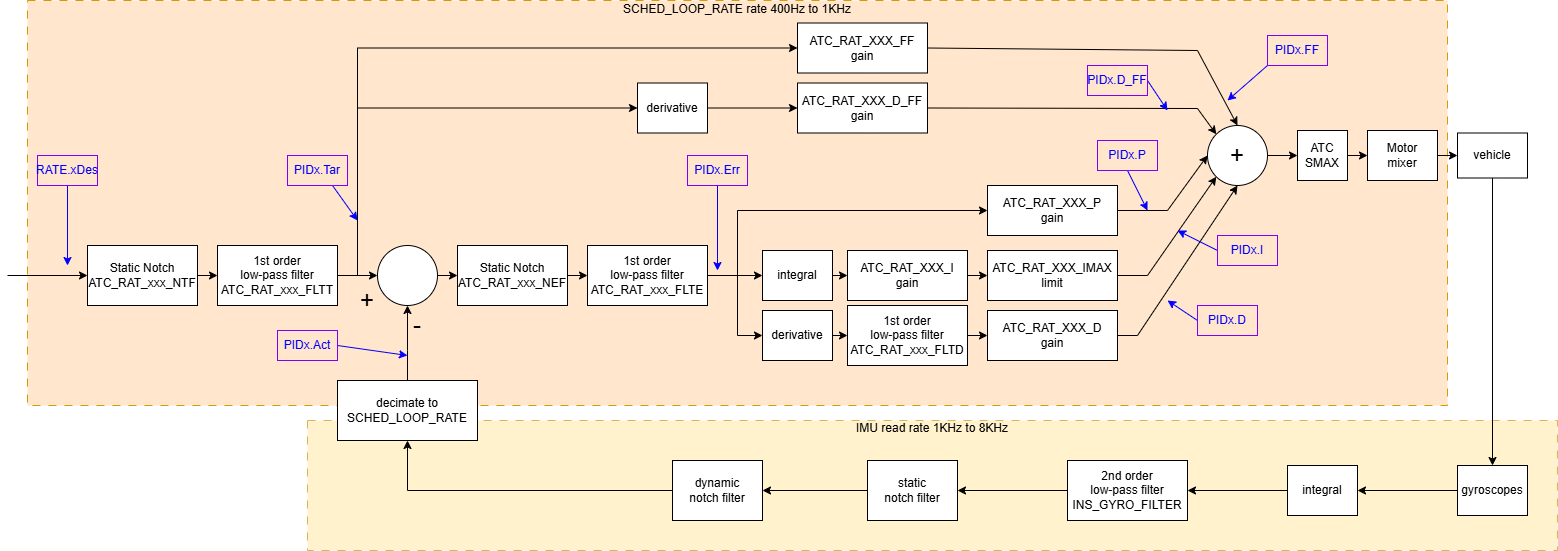
Above: PIDReview/ArduCopter_angle_rate_control_loop.drawio.png in ArduPilot/WebTools (draw.io), before the change. Source tidied: cells renumbered, new cells last; positions are measured from the earlier drawing's top-left corner, leaving out a move shared by most shapes.
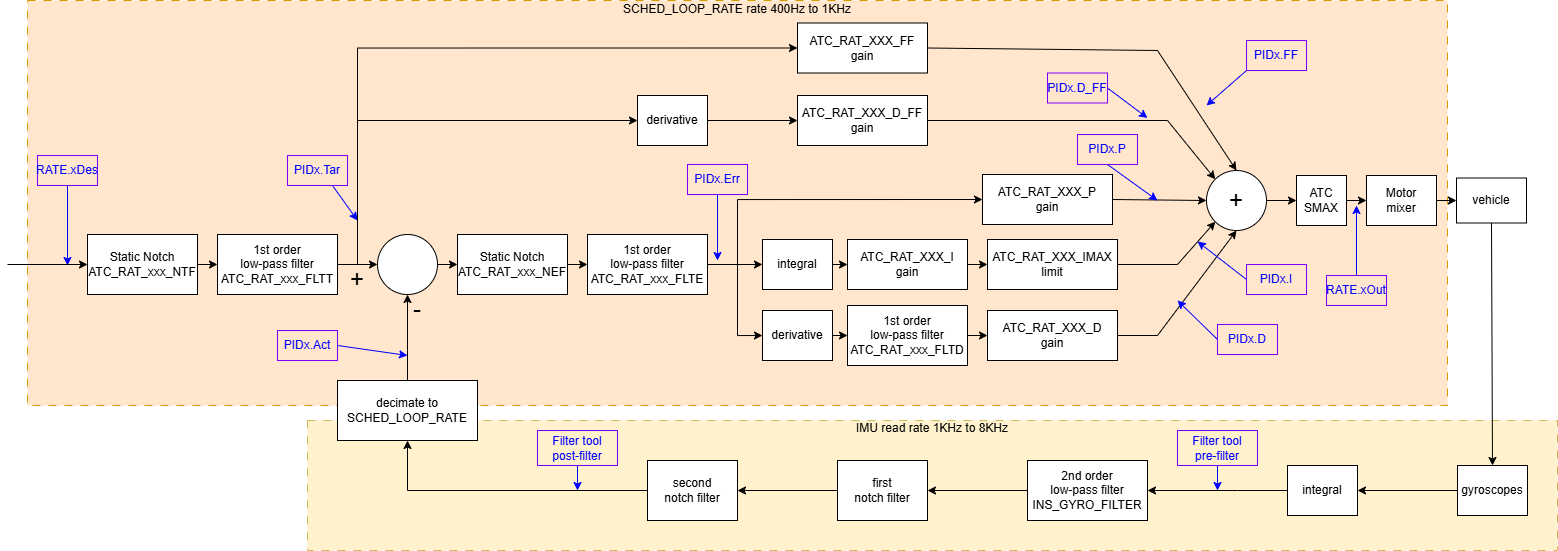
After the commit.

Commit message:
PIDReview: improve the diagram

Diff of the diagram source:
```diff
@@ -9,13 +9,13 @@
       <mxGeometry x="300" y="420" width="1250" height="130" as="geometry" />
     </mxCell>
     <mxCell id="4" value="Static Notch&lt;div&gt;ATC_RAT_xxx_NTF&lt;/div&gt;" style="rounded=0;whiteSpace=wrap;html=1;" parent="1" vertex="1">
-      <mxGeometry x="80" y="245" width="110" height="60" as="geometry" />
+      <mxGeometry x="80" y="234" width="110" height="60" as="geometry" />
     </mxCell>
     <mxCell id="5" value="1st order&lt;div&gt;low-pass filter&lt;/div&gt;&lt;div&gt;ATC_RAT_xxx_FLTT&lt;/div&gt;" style="rounded=0;whiteSpace=wrap;html=1;" parent="1" vertex="1">
-      <mxGeometry x="210" y="245" width="120" height="60" as="geometry" />
+      <mxGeometry x="210" y="234" width="120" height="60" as="geometry" />
     </mxCell>
     <mxCell id="6" style="ellipse;whiteSpace=wrap;html=1;" parent="1" vertex="1">
-      <mxGeometry x="370" y="245" width="60" height="60" as="geometry" />
+      <mxGeometry x="370" y="234" width="60" height="60" as="geometry" />
     </mxCell>
     <mxCell id="7" style="endArrow=classic;html=1;rounded=0;exitX=1;exitY=0.5;exitDx=0;exitDy=0;" parent="1" edge="1" source="4" target="5">
       <mxGeometry relative="1" as="geometry" />
@@ -24,13 +24,13 @@
       <mxGeometry relative="1" as="geometry" />
     </mxCell>
     <mxCell id="9" value="&lt;font style=&quot;font-size: 24px;&quot;&gt;+&lt;/font&gt;" style="text;html=1;whiteSpace=wrap;strokeColor=none;fillColor=none;align=center;verticalAlign=middle;rounded=0;" parent="1" vertex="1">
-      <mxGeometry x="350" y="285" width="20" height="30" as="geometry" />
+      <mxGeometry x="340" y="264" width="20" height="30" as="geometry" />
     </mxCell>
     <mxCell id="10" value="Static Notch&lt;div&gt;ATC_RAT_xxx_NEF&lt;/div&gt;" style="rounded=0;whiteSpace=wrap;html=1;" parent="1" vertex="1">
-      <mxGeometry x="450" y="245" width="110" height="60" as="geometry" />
+      <mxGeometry x="450" y="234" width="110" height="60" as="geometry" />
     </mxCell>
     <mxCell id="11" value="1st order&lt;div&gt;low-pass filter&lt;/div&gt;&lt;div&gt;ATC_RAT_xxx_FLTE&lt;/div&gt;" style="rounded=0;whiteSpace=wrap;html=1;" parent="1" vertex="1">
-      <mxGeometry x="580" y="245" width="120" height="60" as="geometry" />
+      <mxGeometry x="580" y="234" width="120" height="60" as="geometry" />
     </mxCell>
     <mxCell id="12" style="endArrow=classic;html=1;rounded=0;entryX=0;entryY=0.5;entryDx=0;entryDy=0;exitX=1;exitY=0.5;exitDx=0;exitDy=0;" parent="1" edge="1" source="6" target="10">
       <mxGeometry relative="1" as="geometry" />
@@ -46,7 +46,7 @@
     </mxCell>
     <mxCell id="15" style="endArrow=classic;html=1;rounded=0;" parent="1" edge="1" target="4">
       <mxGeometry relative="1" as="geometry">
-        <mxPoint y="275" as="sourcePoint" />
+        <mxPoint y="264" as="sourcePoint" />
       </mxGeometry>
     </mxCell>
     <mxCell id="16" value="RATE.xDes" style="text;html=1;whiteSpace=wrap;align=center;verticalAlign=middle;rounded=0;fontColor=#0000FF;strokeColor=#7F00FF;" parent="1" vertex="1">
@@ -60,37 +60,36 @@
     <mxCell id="18" value="PIDx.Tar" style="text;html=1;whiteSpace=wrap;align=center;verticalAlign=middle;rounded=0;fontColor=#0000FF;strokeColor=#7F00FF;" parent="1" vertex="1">
       <mxGeometry x="280" y="155" width="60" height="30" as="geometry" />
     </mxCell>
-    <mxCell id="19" style="endArrow=classic;html=1;rounded=0;fontColor=#0000FF;strokeColor=#0000FF;" parent="1" edge="1">
+    <mxCell id="19" style="endArrow=classic;html=1;rounded=0;fontColor=#0000FF;strokeColor=#0000FF;exitX=0.5;exitY=1;exitDx=0;exitDy=0;" parent="1" edge="1" source="20">
       <mxGeometry relative="1" as="geometry">
-        <mxPoint x="710" y="185" as="sourcePoint" />
-        <mxPoint x="710" y="270" as="targetPoint" />
+        <mxPoint x="710" y="260" as="targetPoint" />
       </mxGeometry>
     </mxCell>
     <mxCell id="20" value="PIDx.Err" style="text;html=1;whiteSpace=wrap;align=center;verticalAlign=middle;rounded=0;fontColor=#0000FF;strokeColor=#7F00FF;" parent="1" vertex="1">
-      <mxGeometry x="680" y="155" width="60" height="30" as="geometry" />
+      <mxGeometry x="680" y="164" width="60" height="30" as="geometry" />
     </mxCell>
     <mxCell id="21" value="derivative" style="rounded=0;whiteSpace=wrap;html=1;" parent="1" vertex="1">
-      <mxGeometry x="630" y="82.5" width="70" height="50" as="geometry" />
+      <mxGeometry x="630" y="95" width="70" height="50" as="geometry" />
     </mxCell>
     <mxCell id="22" value="ATC_RAT_XXX_FF&lt;br&gt;gain" style="rounded=0;whiteSpace=wrap;html=1;" parent="1" vertex="1">
       <mxGeometry x="790" y="22.5" width="130" height="50" as="geometry" />
     </mxCell>
     <mxCell id="23" value="ATC_RAT_XXX_D_FF&lt;br&gt;gain" style="rounded=0;whiteSpace=wrap;html=1;" parent="1" vertex="1">
-      <mxGeometry x="790" y="82.5" width="130" height="50" as="geometry" />
+      <mxGeometry x="790" y="95" width="130" height="50" as="geometry" />
     </mxCell>
     <mxCell id="24" style="endArrow=classic;html=1;rounded=0;edgeStyle=orthogonalEdgeStyle;entryX=0;entryY=0.5;entryDx=0;entryDy=0;" parent="1" edge="1" target="22">
       <mxGeometry relative="1" as="geometry">
-        <mxPoint x="350" y="275" as="sourcePoint" />
+        <mxPoint x="350" y="260" as="sourcePoint" />
         <Array as="points">
           <mxPoint x="350" y="48" />
         </Array>
       </mxGeometry>
     </mxCell>
-    <mxCell id="25" style="endArrow=classic;html=1;rounded=0;edgeStyle=orthogonalEdgeStyle;entryX=0;entryY=0.5;entryDx=0;entryDy=0;" parent="1" edge="1" target="21">
+    <mxCell id="25" style="endArrow=classic;html=1;rounded=0;edgeStyle=orthogonalEdgeStyle;entryX=0;entryY=0.5;entryDx=0;entryDy=0;exitX=0.25;exitY=0;exitDx=0;exitDy=0;" parent="1" edge="1" source="9" target="21">
       <mxGeometry relative="1" as="geometry">
-        <mxPoint x="350" y="275" as="sourcePoint" />
         <Array as="points">
-          <mxPoint x="350" y="108" />
+          <mxPoint x="350" y="264" />
+          <mxPoint x="350" y="120" />
         </Array>
       </mxGeometry>
     </mxCell>
@@ -98,10 +97,10 @@
       <mxGeometry relative="1" as="geometry" />
     </mxCell>
     <mxCell id="27" value="ATC_RAT_XXX_P&lt;br&gt;gain" style="rounded=0;whiteSpace=wrap;html=1;" parent="1" vertex="1">
-      <mxGeometry x="980" y="185" width="130" height="50" as="geometry" />
+      <mxGeometry x="975" y="174" width="130" height="50" as="geometry" />
     </mxCell>
     <mxCell id="28" value="ATC_RAT_XXX_I&lt;br&gt;gain" style="rounded=0;whiteSpace=wrap;html=1;" parent="1" vertex="1">
-      <mxGeometry x="840" y="250" width="120" height="50" as="geometry" />
+      <mxGeometry x="840" y="239" width="120" height="50" as="geometry" />
     </mxCell>
     <mxCell id="29" value="ATC_RAT_XXX_D&lt;br&gt;gain" style="rounded=0;whiteSpace=wrap;html=1;" parent="1" vertex="1">
       <mxGeometry x="980" y="310" width="130" height="50" as="geometry" />
@@ -123,7 +122,7 @@
     <mxCell id="34" style="endArrow=classic;html=1;rounded=0;edgeStyle=orthogonalEdgeStyle;entryX=0;entryY=0.5;entryDx=0;entryDy=0;exitX=1;exitY=0.5;exitDx=0;exitDy=0;" parent="1" edge="1" source="11" target="31">
       <mxGeometry relative="1" as="geometry">
         <Array as="points">
-          <mxPoint x="730" y="275" />
+          <mxPoint x="730" y="264" />
           <mxPoint x="730" y="335" />
         </Array>
       </mxGeometry>
@@ -132,7 +131,7 @@
       <mxGeometry relative="1" as="geometry">
         <mxPoint x="730" y="275" as="sourcePoint" />
         <Array as="points">
-          <mxPoint x="730" y="210" />
+          <mxPoint x="730" y="199" />
         </Array>
       </mxGeometry>
     </mxCell>
@@ -140,105 +139,101 @@
       <mxGeometry relative="1" as="geometry" />
     </mxCell>
     <mxCell id="37" value="ATC_RAT_XXX_IMAX&lt;br&gt;limit" style="rounded=0;whiteSpace=wrap;html=1;" parent="1" vertex="1">
-      <mxGeometry x="980" y="250" width="130" height="50" as="geometry" />
+      <mxGeometry x="980" y="239" width="130" height="50" as="geometry" />
     </mxCell>
     <mxCell id="38" style="endArrow=classic;html=1;rounded=0;exitX=1;exitY=0.5;exitDx=0;exitDy=0;entryX=0;entryY=0.5;entryDx=0;entryDy=0;" parent="1" edge="1" source="28" target="37">
       <mxGeometry relative="1" as="geometry" />
     </mxCell>
     <mxCell id="39" style="ellipse;whiteSpace=wrap;html=1;" parent="1" vertex="1">
-      <mxGeometry x="1200" y="125" width="60" height="60" as="geometry" />
+      <mxGeometry x="1199" y="170" width="60" height="60" as="geometry" />
     </mxCell>
     <mxCell id="40" style="endArrow=classic;html=1;rounded=0;entryX=0.5;entryY=0;entryDx=0;entryDy=0;exitX=1;exitY=0.5;exitDx=0;exitDy=0;" parent="1" edge="1" source="22" target="39">
       <mxGeometry relative="1" as="geometry">
         <Array as="points">
-          <mxPoint x="1190" y="50" />
+          <mxPoint x="1150" y="50" />
         </Array>
       </mxGeometry>
     </mxCell>
     <mxCell id="41" style="endArrow=classic;html=1;rounded=0;entryX=0;entryY=0;entryDx=0;entryDy=0;exitX=1;exitY=0.5;exitDx=0;exitDy=0;" parent="1" edge="1" source="23" target="39">
       <mxGeometry relative="1" as="geometry">
         <Array as="points">
-          <mxPoint x="1190" y="108" />
+          <mxPoint x="1160" y="120" />
         </Array>
       </mxGeometry>
     </mxCell>
     <mxCell id="42" style="endArrow=classic;html=1;rounded=0;entryX=0;entryY=0.5;entryDx=0;entryDy=0;exitX=1;exitY=0.5;exitDx=0;exitDy=0;" parent="1" edge="1" source="27" target="39">
-      <mxGeometry relative="1" as="geometry">
-        <Array as="points">
-          <mxPoint x="1160" y="210" />
-        </Array>
-      </mxGeometry>
+      <mxGeometry relative="1" as="geometry" />
     </mxCell>
     <mxCell id="43" value="&lt;font style=&quot;font-size: 24px;&quot;&gt;+&lt;/font&gt;" style="text;html=1;whiteSpace=wrap;strokeColor=none;fillColor=none;align=center;verticalAlign=middle;rounded=0;" parent="1" vertex="1">
-      <mxGeometry x="1220" y="140" width="20" height="30" as="geometry" />
+      <mxGeometry x="1219" y="185" width="20" height="30" as="geometry" />
     </mxCell>
     <mxCell id="44" style="endArrow=classic;html=1;rounded=0;entryX=0;entryY=1;entryDx=0;entryDy=0;exitX=1;exitY=0.5;exitDx=0;exitDy=0;" parent="1" edge="1" source="37" target="39">
       <mxGeometry relative="1" as="geometry">
         <Array as="points">
-          <mxPoint x="1140" y="275" />
+          <mxPoint x="1170" y="264" />
         </Array>
       </mxGeometry>
     </mxCell>
     <mxCell id="45" style="endArrow=classic;html=1;rounded=0;entryX=0.5;entryY=1;entryDx=0;entryDy=0;exitX=1;exitY=0.5;exitDx=0;exitDy=0;" parent="1" edge="1" source="29" target="39">
       <mxGeometry relative="1" as="geometry">
         <Array as="points">
-          <mxPoint x="1130" y="335" />
+          <mxPoint x="1150" y="335" />
         </Array>
       </mxGeometry>
     </mxCell>
     <mxCell id="46" style="endArrow=classic;html=1;rounded=0;exitX=1;exitY=0.5;exitDx=0;exitDy=0;entryX=0;entryY=0.5;entryDx=0;entryDy=0;" parent="1" edge="1" source="79">
       <mxGeometry relative="1" as="geometry">
-        <mxPoint x="1360" y="155" as="targetPoint" />
+        <mxPoint x="1359" y="200" as="targetPoint" />
       </mxGeometry>
     </mxCell>
     <mxCell id="47" value="vehicle" style="rounded=0;whiteSpace=wrap;html=1;" parent="1" vertex="1">
-      <mxGeometry x="1450" y="132.5" width="70" height="45" as="geometry" />
+      <mxGeometry x="1449" y="177.5" width="70" height="45" as="geometry" />
     </mxCell>
     <mxCell id="48" value="Motor&lt;div&gt;mixer&lt;/div&gt;" style="rounded=0;whiteSpace=wrap;html=1;" parent="1" vertex="1">
-      <mxGeometry x="1360" y="130" width="70" height="50" as="geometry" />
+      <mxGeometry x="1359" y="175" width="70" height="50" as="geometry" />
     </mxCell>
     <mxCell id="49" style="endArrow=classic;html=1;rounded=0;exitX=1;exitY=0.5;exitDx=0;exitDy=0;" parent="1" edge="1" source="48" target="47">
       <mxGeometry relative="1" as="geometry" />
     </mxCell>
     <mxCell id="50" style="endArrow=classic;html=1;rounded=0;exitX=0;exitY=1;exitDx=0;exitDy=0;fontColor=#0000FF;strokeColor=#0000FF;" parent="1" edge="1" source="51">
       <mxGeometry relative="1" as="geometry">
-        <mxPoint x="1220" y="100" as="targetPoint" />
+        <mxPoint x="1199" y="105" as="targetPoint" />
       </mxGeometry>
     </mxCell>
     <mxCell id="51" value="PIDx.FF" style="text;html=1;whiteSpace=wrap;align=center;verticalAlign=middle;rounded=0;fontColor=#0000FF;strokeColor=#7F00FF;" parent="1" vertex="1">
-      <mxGeometry x="1260" y="35" width="60" height="30" as="geometry" />
+      <mxGeometry x="1239" y="40" width="60" height="30" as="geometry" />
     </mxCell>
     <mxCell id="52" style="endArrow=classic;html=1;rounded=0;exitX=1;exitY=0.5;exitDx=0;exitDy=0;strokeColor=#0000FF;" parent="1" edge="1" source="53">
       <mxGeometry relative="1" as="geometry">
-        <mxPoint x="1160" y="110" as="targetPoint" />
+        <mxPoint x="1140" y="117.5" as="targetPoint" />
       </mxGeometry>
     </mxCell>
     <mxCell id="53" value="PIDx.D_FF" style="text;html=1;whiteSpace=wrap;align=center;verticalAlign=middle;rounded=0;fontColor=#0000FF;strokeColor=#7F00FF;" parent="1" vertex="1">
-      <mxGeometry x="1080" y="65" width="60" height="30" as="geometry" />
+      <mxGeometry x="1040" y="72.5" width="60" height="30" as="geometry" />
     </mxCell>
     <mxCell id="54" style="endArrow=classic;html=1;rounded=0;exitX=0.5;exitY=1;exitDx=0;exitDy=0;fontColor=#0000FF;strokeColor=#0000FF;" parent="1" edge="1" source="55">
       <mxGeometry relative="1" as="geometry">
-        <mxPoint x="1140" y="210" as="targetPoint" />
+        <mxPoint x="1150" y="200" as="targetPoint" />
       </mxGeometry>
     </mxCell>
     <mxCell id="55" value="PIDx.P" style="text;html=1;whiteSpace=wrap;align=center;verticalAlign=middle;rounded=0;fontColor=#0000FF;strokeColor=#7F00FF;" parent="1" vertex="1">
-      <mxGeometry x="1090" y="140" width="60" height="30" as="geometry" />
+      <mxGeometry x="1070" y="134" width="60" height="30" as="geometry" />
     </mxCell>
     <mxCell id="56" style="endArrow=classic;html=1;rounded=0;exitX=0;exitY=0.5;exitDx=0;exitDy=0;fontColor=#0000FF;strokeColor=#0000FF;" parent="1" edge="1" source="57">
       <mxGeometry relative="1" as="geometry">
-        <mxPoint x="1170" y="230" as="targetPoint" />
+        <mxPoint x="1190" y="241" as="targetPoint" />
       </mxGeometry>
     </mxCell>
     <mxCell id="57" value="PIDx.I" style="text;html=1;whiteSpace=wrap;align=center;verticalAlign=middle;rounded=0;fontColor=#0000FF;strokeColor=#7F00FF;" parent="1" vertex="1">
-      <mxGeometry x="1210" y="235" width="60" height="30" as="geometry" />
+      <mxGeometry x="1239" y="264" width="60" height="30" as="geometry" />
     </mxCell>
     <mxCell id="58" style="endArrow=classic;html=1;rounded=0;exitX=0;exitY=0.5;exitDx=0;exitDy=0;fontColor=#0000FF;strokeColor=#0000FF;" parent="1" edge="1" source="59">
       <mxGeometry relative="1" as="geometry">
-        <mxPoint x="1160" y="300" as="targetPoint" />
+        <mxPoint x="1170" y="300" as="targetPoint" />
       </mxGeometry>
     </mxCell>
     <mxCell id="59" value="PIDx.D" style="text;html=1;whiteSpace=wrap;align=center;verticalAlign=middle;rounded=0;fontColor=#0000FF;strokeColor=#7F00FF;" parent="1" vertex="1">
-      <mxGeometry x="1190" y="305" width="60" height="30" as="geometry" />
+      <mxGeometry x="1210" y="324" width="60" height="30" as="geometry" />
     </mxCell>
     <mxCell id="60" value="gyroscopes" style="rounded=0;whiteSpace=wrap;html=1;" parent="1" vertex="1">
       <mxGeometry x="1450" y="465" width="70" height="50" as="geometry" />
@@ -247,10 +242,10 @@
       <mxGeometry x="1280" y="465" width="70" height="50" as="geometry" />
     </mxCell>
     <mxCell id="62" value="2nd order&lt;div&gt;low-pass filter&lt;/div&gt;&lt;div&gt;INS_GYRO_FILTER&lt;/div&gt;" style="rounded=0;whiteSpace=wrap;html=1;" parent="1" vertex="1">
-      <mxGeometry x="1060" y="460" width="120" height="60" as="geometry" />
+      <mxGeometry x="1020" y="460" width="120" height="60" as="geometry" />
     </mxCell>
-    <mxCell id="63" value="static&lt;div&gt;notch filter&lt;br&gt;&lt;/div&gt;" style="rounded=0;whiteSpace=wrap;html=1;" parent="1" vertex="1">
-      <mxGeometry x="860" y="460" width="90" height="60" as="geometry" />
+    <mxCell id="63" value="first&lt;br&gt;&lt;div&gt;notch filter&lt;br&gt;&lt;/div&gt;" style="rounded=0;whiteSpace=wrap;html=1;" parent="1" vertex="1">
+      <mxGeometry x="830" y="460" width="90" height="60" as="geometry" />
     </mxCell>
     <mxCell id="64" value="&lt;div&gt;decimate to&lt;br&gt;SCHED_LOOP_RATE&lt;/div&gt;" style="rounded=0;whiteSpace=wrap;html=1;" parent="1" vertex="1">
       <mxGeometry x="330" y="380" width="140" height="60" as="geometry" />
@@ -263,7 +258,7 @@
       </mxGeometry>
     </mxCell>
     <mxCell id="66" value="&lt;font style=&quot;font-size: 24px;&quot;&gt;-&lt;/font&gt;" style="text;html=1;whiteSpace=wrap;strokeColor=none;fillColor=none;align=center;verticalAlign=middle;rounded=0;" parent="1" vertex="1">
-      <mxGeometry x="400" y="310" width="20" height="30" as="geometry" />
+      <mxGeometry x="400" y="294" width="20" height="30" as="geometry" />
     </mxCell>
     <mxCell id="67" style="endArrow=classic;html=1;rounded=0;exitX=0;exitY=0.5;exitDx=0;exitDy=0;entryX=0.5;entryY=1;entryDx=0;entryDy=0;" parent="1" edge="1" source="73" target="64">
       <mxGeometry relative="1" as="geometry">
@@ -276,7 +271,11 @@
       <mxGeometry relative="1" as="geometry" />
     </mxCell>
     <mxCell id="69" style="endArrow=classic;html=1;rounded=0;exitX=0;exitY=0.5;exitDx=0;exitDy=0;entryX=1;entryY=0.5;entryDx=0;entryDy=0;" parent="1" edge="1" source="61" target="62">
-      <mxGeometry relative="1" as="geometry" />
+      <mxGeometry relative="1" as="geometry">
+        <Array as="points">
+          <mxPoint x="1230" y="490" />
+        </Array>
+      </mxGeometry>
     </mxCell>
     <mxCell id="70" style="endArrow=classic;html=1;rounded=0;exitX=0;exitY=0.5;exitDx=0;exitDy=0;entryX=1;entryY=0.5;entryDx=0;entryDy=0;" parent="1" edge="1" source="60" target="61">
       <mxGeometry relative="1" as="geometry" />
@@ -287,8 +286,8 @@
     <mxCell id="72" style="endArrow=classic;html=1;rounded=0;exitX=0;exitY=0.5;exitDx=0;exitDy=0;entryX=1;entryY=0.5;entryDx=0;entryDy=0;" parent="1" edge="1" source="63" target="73">
       <mxGeometry relative="1" as="geometry" />
     </mxCell>
-    <mxCell id="73" value="dynamic&lt;div&gt;notch filter&lt;br&gt;&lt;/div&gt;" style="rounded=0;whiteSpace=wrap;html=1;" parent="1" vertex="1">
-      <mxGeometry x="665" y="460" width="90" height="60" as="geometry" />
+    <mxCell id="73" value="second&lt;br&gt;&lt;div&gt;notch filter&lt;br&gt;&lt;/div&gt;" style="rounded=0;whiteSpace=wrap;html=1;" parent="1" vertex="1">
+      <mxGeometry x="640" y="460" width="90" height="60" as="geometry" />
     </mxCell>
     <mxCell id="74" style="endArrow=classic;html=1;rounded=0;exitX=1;exitY=0.5;exitDx=0;exitDy=0;fontColor=#0000FF;strokeColor=#0000FF;" parent="1" edge="1" source="75">
       <mxGeometry relative="1" as="geometry">
@@ -302,13 +301,37 @@
       <mxGeometry relative="1" as="geometry" />
     </mxCell>
     <mxCell id="77" value="integral" style="rounded=0;whiteSpace=wrap;html=1;" parent="1" vertex="1">
-      <mxGeometry x="755" y="250" width="70" height="50" as="geometry" />
+      <mxGeometry x="755" y="239" width="70" height="50" as="geometry" />
     </mxCell>
     <mxCell id="78" style="endArrow=classic;html=1;rounded=0;exitX=1;exitY=0.5;exitDx=0;exitDy=0;entryX=0;entryY=0.5;entryDx=0;entryDy=0;" parent="1" edge="1" source="39" target="79">
       <mxGeometry relative="1" as="geometry" />
     </mxCell>
     <mxCell id="79" value="ATC&lt;br&gt;SMAX" style="rounded=0;whiteSpace=wrap;html=1;" parent="1" vertex="1">
-      <mxGeometry x="1290" y="130" width="50" height="50" as="geometry" />
+      <mxGeometry x="1289" y="175" width="50" height="50" as="geometry" />
     </mxCell>
+    <mxCell id="80" style="endArrow=classic;html=1;rounded=0;fontColor=#0000FF;strokeColor=#0000FF;exitX=0.5;exitY=1;exitDx=0;exitDy=0;" parent="1" edge="1" source="81">
+      <mxGeometry relative="1" as="geometry">
+        <mxPoint x="1210" y="490" as="targetPoint" />
+      </mxGeometry>
+    </mxCell>
+    <mxCell id="81" value="Filter tool&lt;div&gt;pre-filter&lt;/div&gt;" style="text;html=1;whiteSpace=wrap;align=center;verticalAlign=middle;rounded=0;fontColor=#0000FF;strokeColor=#7F00FF;" parent="1" vertex="1">
+      <mxGeometry x="1170" y="430" width="80" height="35" as="geometry" />
+    </mxCell>
+    <mxCell id="82" style="endArrow=classic;html=1;rounded=0;fontColor=#0000FF;strokeColor=#0000FF;exitX=0.5;exitY=1;exitDx=0;exitDy=0;" parent="1" edge="1" source="83">
+      <mxGeometry relative="1" as="geometry">
+        <mxPoint x="570" y="490" as="targetPoint" />
+      </mxGeometry>
+    </mxCell>
+    <mxCell id="83" value="Filter tool&lt;div&gt;post-filter&lt;/div&gt;" style="text;html=1;whiteSpace=wrap;align=center;verticalAlign=middle;rounded=0;fontColor=#0000FF;strokeColor=#7F00FF;" parent="1" vertex="1">
+      <mxGeometry x="530" y="430" width="80" height="35" as="geometry" />
+    </mxCell>
+    <mxCell id="84" style="endArrow=classic;html=1;rounded=0;fontColor=#0000FF;strokeColor=#0000FF;exitX=0.5;exitY=0;exitDx=0;exitDy=0;" parent="1" edge="1" source="85">
+      <mxGeometry relative="1" as="geometry">
+        <mxPoint x="1349" y="205" as="targetPoint" />
+      </mxGeometry>
+    </mxCell>
+    <mxCell id="85" value="RATE.xOut" style="text;html=1;whiteSpace=wrap;align=center;verticalAlign=middle;rounded=0;fontColor=#0000FF;strokeColor=#7F00FF;" parent="1" vertex="1">
+      <mxGeometry x="1319" y="275" width="60" height="30" as="geometry" />
+    </mxCell>
   </root>
 </mxGraphModel>
```
